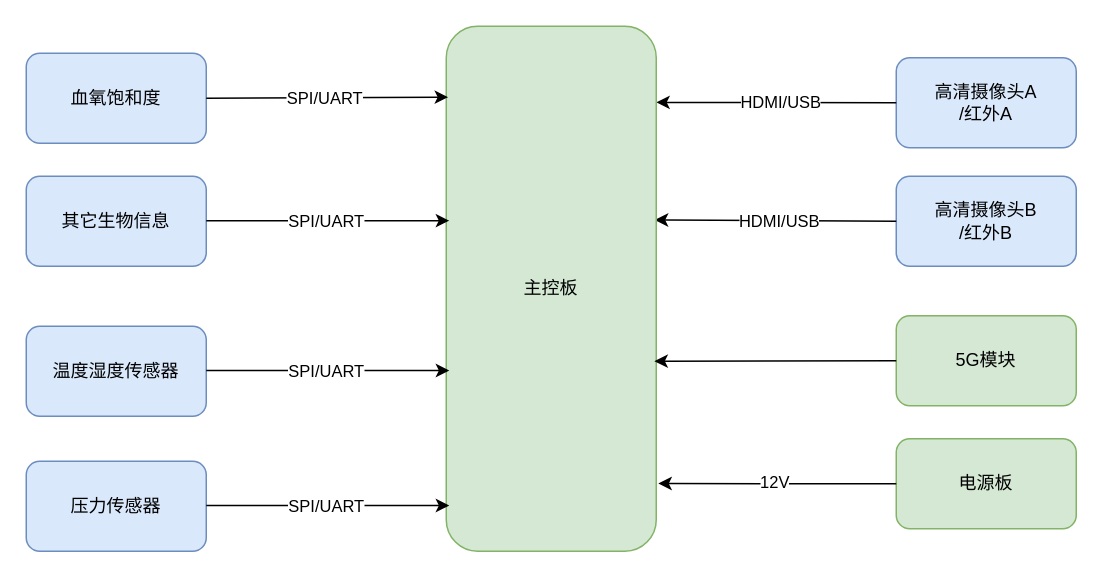
colinchern/doodle keeps this draw.io diagram as 关系.drawio. Above is the earlier version. Source tidied: cells renumbered, new cells numbered last; positions are measured from the earlier drawing's top-left corner, leaving out a move shared by most shapes. Both pictures are drawn from the tidied source at 150%, with x=0, y=0 at pixel (26, 26).
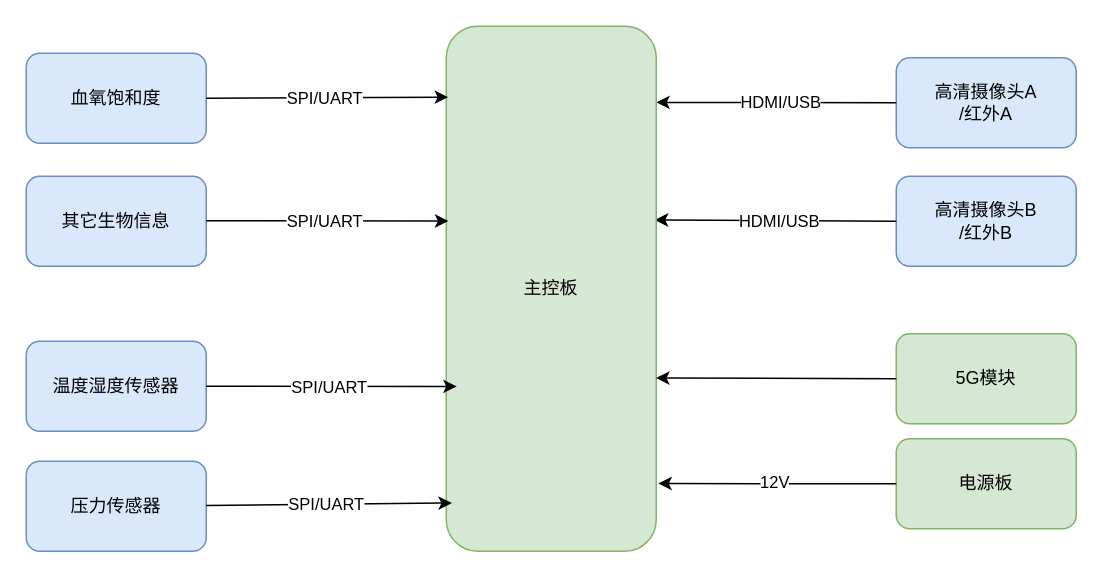
The same diagram, later.

The change refers to these unchanged cells:
```xml
<mxCell id="10" value="主控板" style="rounded=1;whiteSpace=wrap;html=1;fillColor=#d5e8d4;strokeColor=#82b366;" parent="1" vertex="1">
  <mxGeometry x="280" width="140" height="350" as="geometry" />
</mxCell>
```

Diff of the diagram source:
```diff
@@
     <mxCell id="5" value="温度湿度传感器" style="rounded=1;whiteSpace=wrap;html=1;fillColor=#dae8fc;strokeColor=#6c8ebf;" parent="1" vertex="1">
-      <mxGeometry y="200" width="120" height="60" as="geometry" />
+      <mxGeometry y="210" width="120" height="60" as="geometry" />
     </mxCell>
@@
-    <mxCell id="15" style="endArrow=classic;html=1;rounded=0;exitX=1;exitY=0.5;exitDx=0;exitDy=0;entryX=0.009;entryY=0.135;entryDx=0;entryDy=0;entryPerimeter=0;" parent="1" edge="1">
+    <mxCell id="15" style="endArrow=classic;html=1;rounded=0;exitX=1;exitY=0.5;exitDx=0;exitDy=0;entryX=0.01;entryY=0.371;entryDx=0;entryDy=0;entryPerimeter=0;" parent="1" edge="1" target="10">
       <mxGeometry relative="1" as="geometry">
         <mxPoint x="120" y="129.6" as="sourcePoint" />
-        <mxPoint x="282" y="129.6" as="targetPoint" />
       </mxGeometry>
     </mxCell>
@@
-    <mxCell id="17" style="endArrow=classic;html=1;rounded=0;exitX=1;exitY=0.5;exitDx=0;exitDy=0;entryX=0.009;entryY=0.135;entryDx=0;entryDy=0;entryPerimeter=0;" parent="1" edge="1">
-      <mxGeometry relative="1" as="geometry">
-        <mxPoint x="120" y="229.5" as="sourcePoint" />
-        <mxPoint x="282" y="229.5" as="targetPoint" />
-      </mxGeometry>
+    <mxCell id="17" style="endArrow=classic;html=1;rounded=0;exitX=1;exitY=0.5;exitDx=0;exitDy=0;entryX=0.05;entryY=0.686;entryDx=0;entryDy=0;entryPerimeter=0;" parent="1" edge="1" source="5" target="10">
+      <mxGeometry relative="1" as="geometry" />
     </mxCell>
@@
-    <mxCell id="19" style="endArrow=classic;html=1;rounded=0;exitX=1;exitY=0.5;exitDx=0;exitDy=0;entryX=0.009;entryY=0.135;entryDx=0;entryDy=0;entryPerimeter=0;" parent="1" edge="1">
+    <mxCell id="19" style="endArrow=classic;html=1;rounded=0;exitX=1;exitY=0.5;exitDx=0;exitDy=0;entryX=0.027;entryY=0.908;entryDx=0;entryDy=0;entryPerimeter=0;" parent="1" edge="1" target="10">
       <mxGeometry relative="1" as="geometry">
         <mxPoint x="120" y="319.5" as="sourcePoint" />
-        <mxPoint x="282" y="319.5" as="targetPoint" />
       </mxGeometry>
     </mxCell>
@@
     <mxCell id="21" value="5G模块" style="rounded=1;whiteSpace=wrap;html=1;fillColor=#d5e8d4;strokeColor=#82b366;" parent="1" vertex="1">
-      <mxGeometry x="580" y="193" width="120" height="60" as="geometry" />
+      <mxGeometry x="580" y="205" width="120" height="60" as="geometry" />
     </mxCell>
@@
-    <mxCell id="23" style="endArrow=classic;html=1;rounded=0;exitX=0;exitY=0.5;exitDx=0;exitDy=0;entryX=0.991;entryY=0.638;entryDx=0;entryDy=0;entryPerimeter=0;" parent="1" edge="1" source="21" target="10">
+    <mxCell id="23" style="endArrow=classic;html=1;rounded=0;exitX=0;exitY=0.5;exitDx=0;exitDy=0;entryX=0.999;entryY=0.67;entryDx=0;entryDy=0;entryPerimeter=0;" parent="1" edge="1" source="21" target="10">
       <mxGeometry relative="1" as="geometry" />
     </mxCell>
```
